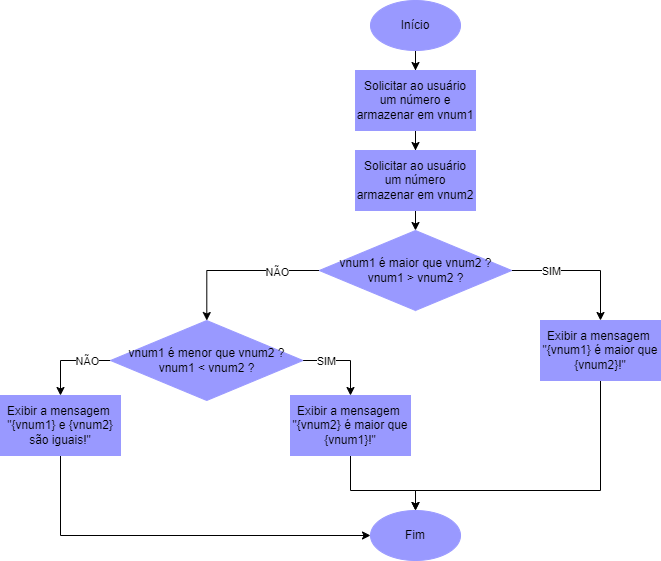
Above: Fuxogramas - 19_02_2025/Exercício 7 (OK).drawio.png in Yasminnovaisvieira/PBE-1DS-TB-ATIVIDADES (draw.io), before the change. Source tidied: cells renumbered, new cells last; positions are measured from the earlier drawing's top-left corner, leaving out a move shared by most shapes.
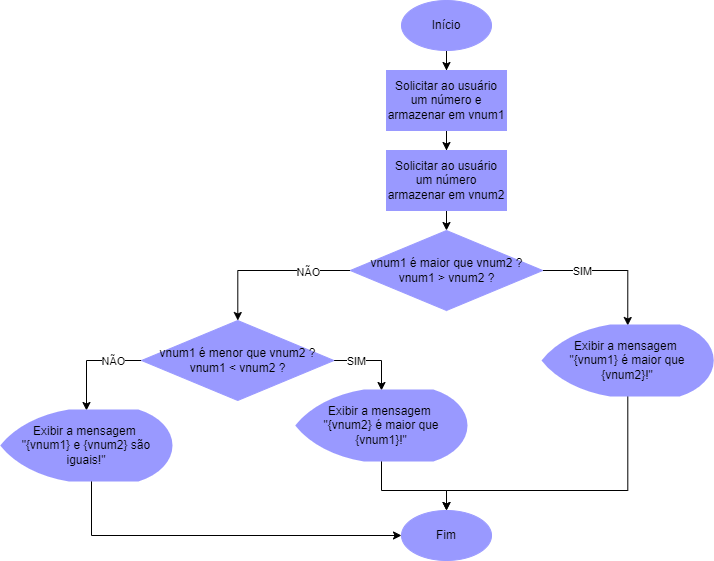
Later version of the same file.

Diff of the diagram source:
```diff
@@ -23,8 +23,12 @@
     <mxCell id="8" value="Fim" style="ellipse;whiteSpace=wrap;html=1;fillColor=#9999FF;strokeColor=light-dark(#9999FF,#FFFFFF);" parent="1" vertex="1">
       <mxGeometry x="370" y="510" width="90" height="50" as="geometry" />
     </mxCell>
-    <mxCell id="9" style="edgeStyle=orthogonalEdgeStyle;rounded=0;jettySize=auto;html=1;" parent="1" edge="1" source="13" target="15">
-      <mxGeometry relative="1" as="geometry" />
+    <mxCell id="9" style="edgeStyle=orthogonalEdgeStyle;rounded=0;jettySize=auto;html=1;entryX=0.5;entryY=0;entryDx=0;entryDy=0;entryPerimeter=0;" parent="1" edge="1" source="13" target="15">
+      <mxGeometry relative="1" as="geometry">
+        <Array as="points">
+          <mxPoint x="596" y="270" />
+        </Array>
+      </mxGeometry>
     </mxCell>
     <mxCell id="10" value="SIM" style="edgeLabel;html=1;align=center;verticalAlign=middle;" parent="9" vertex="1">
       <mxGeometry x="-0.44" y="3" relative="1" as="geometry">
@@ -43,14 +47,10 @@
     <mxCell id="14" style="edgeStyle=orthogonalEdgeStyle;rounded=0;jettySize=auto;html=1;entryX=0.5;entryY=0;entryDx=0;entryDy=0;" parent="1" edge="1" source="15" target="8">
       <mxGeometry relative="1" as="geometry">
         <Array as="points">
-          <mxPoint x="600" y="490" />
           <mxPoint x="415" y="490" />
         </Array>
       </mxGeometry>
     </mxCell>
-    <mxCell id="15" value="Exibir a mensagem&amp;nbsp;&lt;div&gt;&quot;{vnum1} é maior que {vnum2}!&quot;&lt;/div&gt;" style="whiteSpace=wrap;html=1;fillColor=#9999FF;strokeColor=light-dark(#9999FF,#FFFFFF);" parent="1" vertex="1">
-      <mxGeometry x="540" y="320" width="120" height="60" as="geometry" />
-    </mxCell>
     <mxCell id="16" style="edgeStyle=orthogonalEdgeStyle;rounded=0;jettySize=auto;html=1;" parent="1" edge="1" source="17" target="8">
       <mxGeometry relative="1" as="geometry">
         <Array as="points">
@@ -59,10 +59,7 @@
         </Array>
       </mxGeometry>
     </mxCell>
-    <mxCell id="17" value="Exibir a mensagem&amp;nbsp;&lt;div&gt;&quot;{vnum2} é maior que {vnum1}!&quot;&lt;/div&gt;" style="whiteSpace=wrap;html=1;fillColor=#9999FF;strokeColor=light-dark(#9999FF,#FFFFFF);" parent="1" vertex="1">
-      <mxGeometry x="290" y="395" width="120" height="60" as="geometry" />
-    </mxCell>
-    <mxCell id="18" style="edgeStyle=orthogonalEdgeStyle;rounded=0;jettySize=auto;html=1;entryX=0.5;entryY=0;entryDx=0;entryDy=0;" parent="1" edge="1" source="22" target="17">
+    <mxCell id="18" style="edgeStyle=orthogonalEdgeStyle;rounded=0;jettySize=auto;html=1;entryX=0.5;entryY=0;entryDx=0;entryDy=0;entryPerimeter=0;" parent="1" edge="1" source="22" target="17">
       <mxGeometry relative="1" as="geometry">
         <Array as="points">
           <mxPoint x="350" y="360" />
@@ -74,7 +71,7 @@
         <mxPoint y="3" as="offset" />
       </mxGeometry>
     </mxCell>
-    <mxCell id="20" style="edgeStyle=orthogonalEdgeStyle;rounded=0;jettySize=auto;html=1;exitX=0;exitY=0.5;exitDx=0;exitDy=0;" parent="1" edge="1" source="22" target="24">
+    <mxCell id="20" style="edgeStyle=orthogonalEdgeStyle;rounded=0;jettySize=auto;html=1;exitX=0;exitY=0.5;exitDx=0;exitDy=0;entryX=0.5;entryY=0;entryDx=0;entryDy=0;entryPerimeter=0;" parent="1" edge="1" source="22" target="24">
       <mxGeometry relative="1" as="geometry" />
     </mxCell>
     <mxCell id="21" value="NÃO" style="edgeLabel;html=1;align=center;verticalAlign=middle;" parent="20" vertex="1">
@@ -92,8 +89,19 @@
         </Array>
       </mxGeometry>
     </mxCell>
-    <mxCell id="24" value="Exibir a mensagem&amp;nbsp;&lt;div&gt;&quot;{vnum1} e {vnum2} são iguais!&quot;&lt;/div&gt;" style="whiteSpace=wrap;html=1;fillColor=#9999FF;strokeColor=light-dark(#9999FF,#FFFFFF);" parent="1" vertex="1">
-      <mxGeometry y="395" width="120" height="60" as="geometry" />
+    <mxCell id="24" value="Exibir a mensagem&amp;nbsp;&lt;div&gt;&quot;{vnum1} e {vnum2} são iguais!&quot;&lt;/div&gt;" style="strokeWidth=2;html=1;shape=mxgraph.flowchart.display;whiteSpace=wrap;strokeColor=light-dark(#9999FF,#000000);fillColor=light-dark(#9999FF,#000000);" parent="1" vertex="1">
+      <mxGeometry x="-30" y="410" width="170" height="70" as="geometry" />
     </mxCell>
+    <mxCell id="25" style="edgeStyle=orthogonalEdgeStyle;rounded=0;jettySize=auto;html=1;" parent="1" edge="1" target="17">
+      <mxGeometry relative="1" as="geometry">
+        <mxPoint x="350" y="455" as="sourcePoint" />
+      </mxGeometry>
+    </mxCell>
+    <mxCell id="17" value="Exibir a mensagem&amp;nbsp;&lt;div&gt;&quot;{vnum2} é maior que {vnum1}!&quot;&lt;/div&gt;" style="strokeWidth=2;html=1;shape=mxgraph.flowchart.display;whiteSpace=wrap;strokeColor=light-dark(#9999FF,#000000);fillColor=light-dark(#9999FF,#000000);" parent="1" vertex="1">
+      <mxGeometry x="265" y="390" width="170" height="70" as="geometry" />
+    </mxCell>
+    <mxCell id="15" value="Exibir a mensagem&amp;nbsp;&lt;div&gt;&quot;{vnum1} é maior que {vnum2}!&quot;&lt;/div&gt;" style="strokeWidth=2;html=1;shape=mxgraph.flowchart.display;whiteSpace=wrap;strokeColor=light-dark(#9999FF,#000000);fillColor=light-dark(#9999FF,#000000);" parent="1" vertex="1">
+      <mxGeometry x="511.2" y="325" width="170" height="70" as="geometry" />
+    </mxCell>
   </root>
 </mxGraphModel>
```
